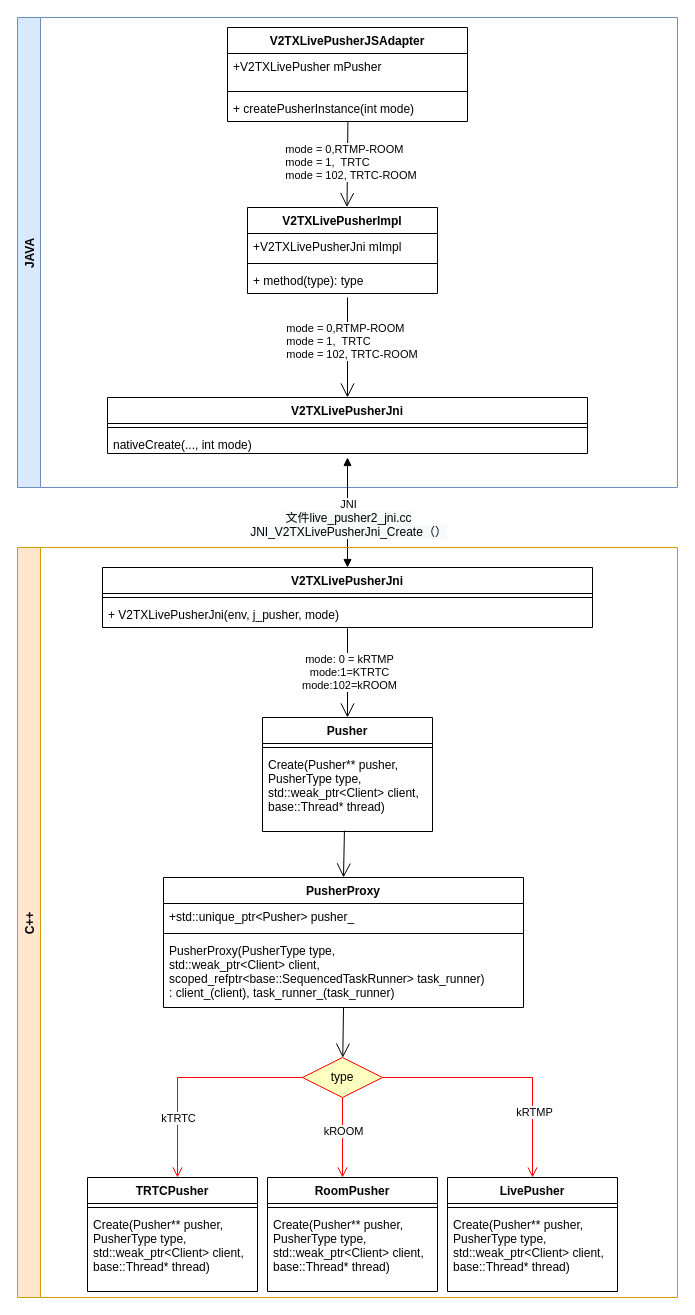
Earlier version of the draw.io diagram diagrams/V2TXLivePusherJSAdapter.drawio (paopaosecret/resources). Source tidied: cells renumbered, new cells numbered last; positions are measured from the earlier drawing's top-left corner, leaving out a move shared by most shapes. Both pictures are drawn from the tidied source at 100%, with x=0, y=0 at pixel (17, 17).
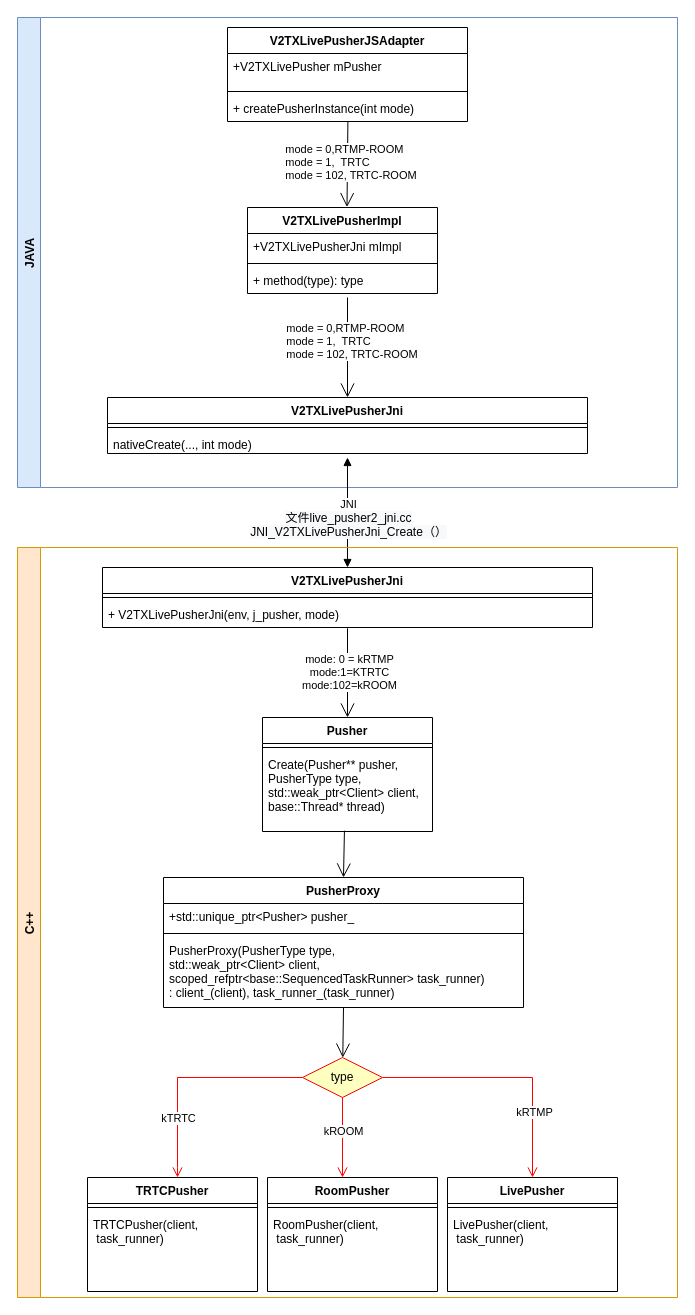
The same page after the edit.

The change refers to these unchanged cells:
```xml
<mxCell id="37" value="TRTCPusher" style="swimlane;fontStyle=1;align=center;verticalAlign=top;horizontal=1;startSize=26;" parent="1" vertex="1">
  <mxGeometry x="70" y="1160" width="170" height="114" as="geometry" />
</mxCell>
<mxCell id="40" value="RoomPusher" style="swimlane;fontStyle=1;align=center;verticalAlign=top;horizontal=1;startSize=26;" parent="1" vertex="1">
  <mxGeometry x="250" y="1160" width="170" height="114" as="geometry" />
</mxCell>
<mxCell id="43" value="LivePusher" style="swimlane;fontStyle=1;align=center;verticalAlign=top;horizontal=1;startSize=26;" parent="1" vertex="1">
  <mxGeometry x="430" y="1160" width="170" height="114" as="geometry" />
</mxCell>
```

What changed in the source:
```diff
@@
-    <mxCell id="39" value="Create(Pusher** pusher,&#10;                    PusherType type,&#10;                    std::weak_ptr&lt;Client&gt; client,&#10;                    base::Thread* thread)" style="text;strokeColor=none;fillColor=none;align=left;verticalAlign=top;spacingLeft=4;spacingRight=4;overflow=hidden;" parent="37" vertex="1">
+    <mxCell id="39" value="TRTCPusher(client,&#10; task_runner)" style="text;strokeColor=none;fillColor=none;align=left;verticalAlign=top;spacingLeft=4;spacingRight=4;overflow=hidden;" parent="37" vertex="1">
       <mxGeometry y="34" width="170" height="80" as="geometry" />
     </mxCell>
@@
-    <mxCell id="42" value="Create(Pusher** pusher,&#10;                    PusherType type,&#10;                    std::weak_ptr&lt;Client&gt; client,&#10;                    base::Thread* thread)" style="text;strokeColor=none;fillColor=none;align=left;verticalAlign=top;spacingLeft=4;spacingRight=4;overflow=hidden;" parent="40" vertex="1">
+    <mxCell id="42" value="RoomPusher(client,&#10; task_runner)" style="text;strokeColor=none;fillColor=none;align=left;verticalAlign=top;spacingLeft=4;spacingRight=4;overflow=hidden;" parent="40" vertex="1">
       <mxGeometry y="34" width="170" height="80" as="geometry" />
     </mxCell>
@@
-    <mxCell id="45" value="Create(Pusher** pusher,&#10;                    PusherType type,&#10;                    std::weak_ptr&lt;Client&gt; client,&#10;                    base::Thread* thread)" style="text;strokeColor=none;fillColor=none;align=left;verticalAlign=top;spacingLeft=4;spacingRight=4;overflow=hidden;" parent="43" vertex="1">
+    <mxCell id="45" value="LivePusher(client,&#10; task_runner)" style="text;strokeColor=none;fillColor=none;align=left;verticalAlign=top;spacingLeft=4;spacingRight=4;overflow=hidden;" parent="43" vertex="1">
       <mxGeometry y="34" width="170" height="80" as="geometry" />
     </mxCell>
```
